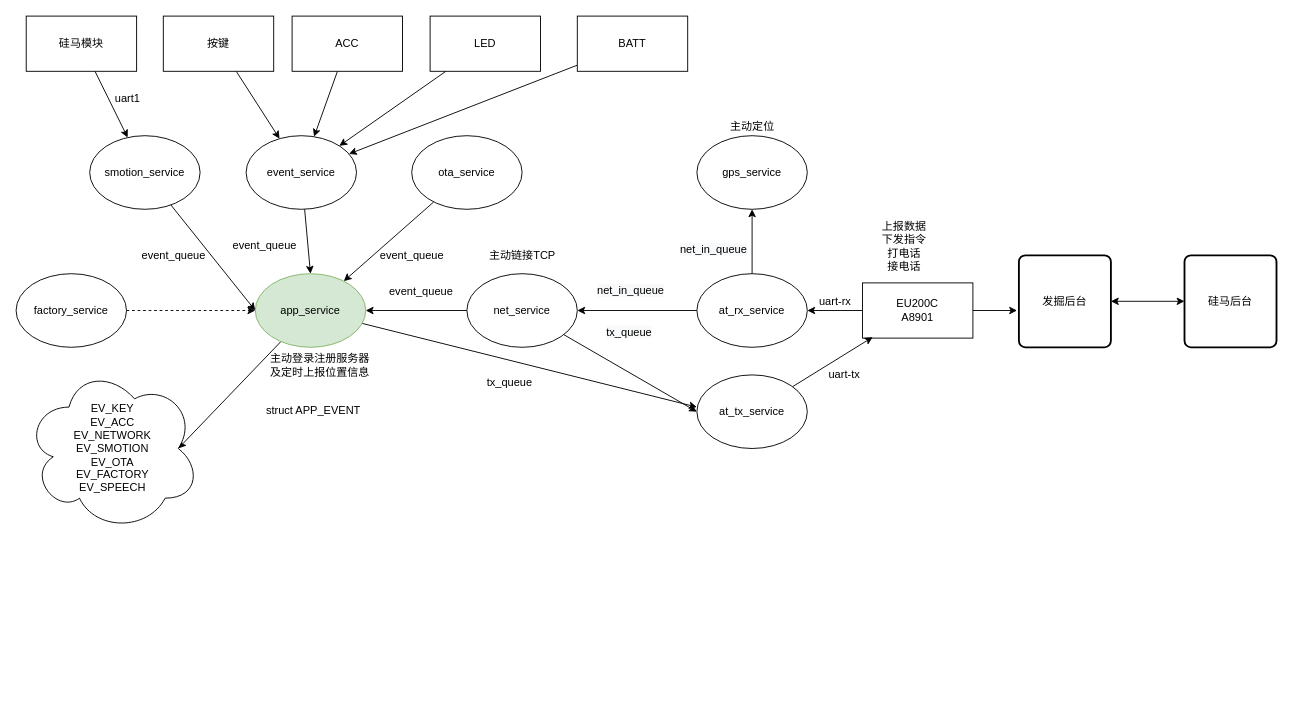
This is CP002.drawio from zhangmeizhen/test2, a draw.io file, before an edit. Source tidied: cells renumbered, new cells numbered last; positions are measured from the earlier drawing's top-left corner, leaving out a move shared by most shapes. Both pictures are drawn from the tidied source at 92%, with x=0, y=0 at pixel (16, 16).
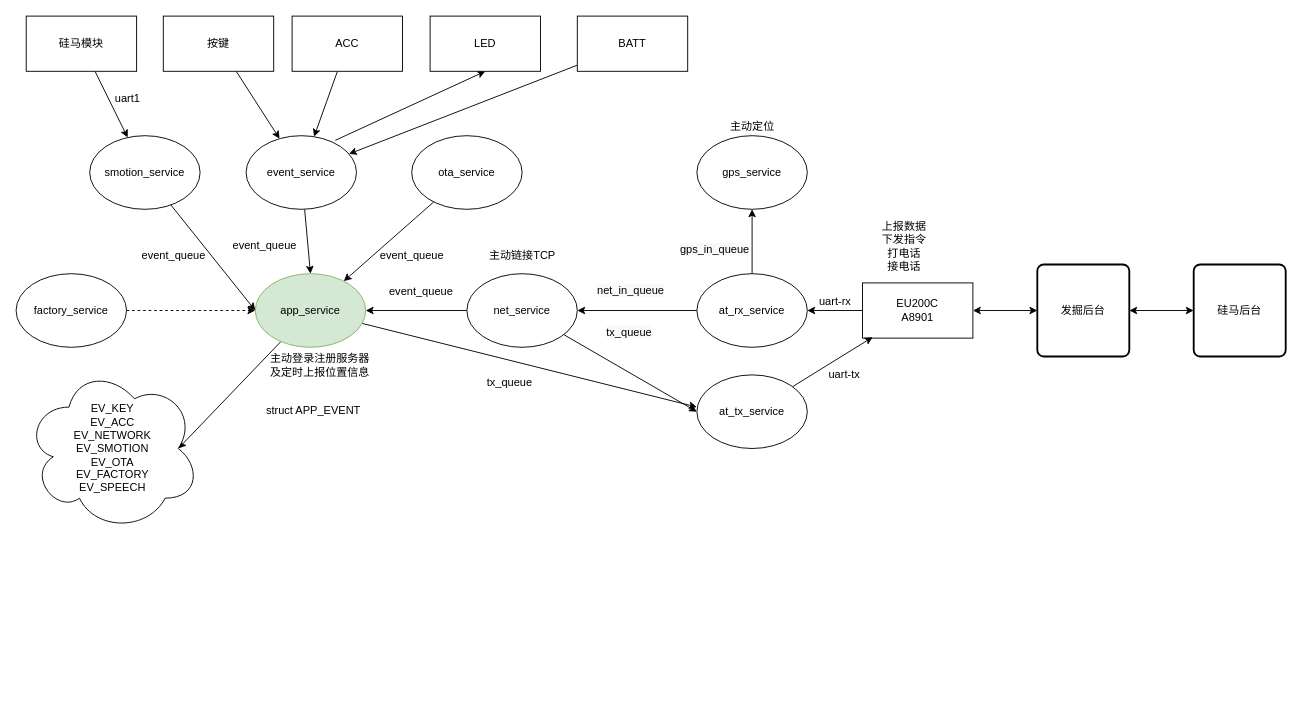
The same diagram, later.

The change refers to these unchanged cells:
```xml
<mxCell id="23" value="event_service" style="ellipse;whiteSpace=wrap;html=1;" parent="1" vertex="1">
  <mxGeometry x="250" y="130" width="120" height="80" as="geometry" />
</mxCell>
<mxCell id="31" value="EU200C&lt;br&gt;A8901" style="rounded=0;whiteSpace=wrap;html=1;" parent="1" vertex="1">
  <mxGeometry x="920" y="290" width="120" height="60" as="geometry" />
</mxCell>
<mxCell id="41" value="LED" style="rounded=0;whiteSpace=wrap;html=1;" parent="1" vertex="1">
  <mxGeometry x="450" width="120" height="60" as="geometry" />
</mxCell>
```

Change to the diagram source:
```diff
@@
+    <mxCell id="57" style="rounded=0;jettySize=auto;html=1;entryX=0.5;entryY=1;entryDx=0;entryDy=0;startArrow=none;startFill=0;exitX=0.808;exitY=0.063;exitDx=0;exitDy=0;exitPerimeter=0;" parent="1" edge="1" source="23" target="41">
+      <mxGeometry relative="1" as="geometry" />
+    </mxCell>
@@
-    <mxCell id="30" style="edgeStyle=none;rounded=0;jettySize=auto;html=1;entryX=-0.02;entryY=0.6;entryDx=0;entryDy=0;entryPerimeter=0;" parent="1" edge="1" source="31" target="35">
+    <mxCell id="30" style="edgeStyle=none;rounded=0;jettySize=auto;html=1;entryX=0;entryY=0.5;entryDx=0;entryDy=0;startArrow=classic;startFill=1;" parent="1" edge="1" source="31" target="35">
       <mxGeometry relative="1" as="geometry" />
     </mxCell>
@@
     <mxCell id="35" value="发掘后台" style="rounded=1;whiteSpace=wrap;html=1;absoluteArcSize=1;arcSize=14;strokeWidth=2;" parent="1" vertex="1">
-      <mxGeometry x="1090" y="260" width="100" height="100" as="geometry" />
+      <mxGeometry x="1110" y="270" width="100" height="100" as="geometry" />
     </mxCell>
     <mxCell id="36" value="硅马后台" style="rounded=1;whiteSpace=wrap;html=1;absoluteArcSize=1;arcSize=14;strokeWidth=2;" parent="1" vertex="1">
-      <mxGeometry x="1270" y="260" width="100" height="100" as="geometry" />
+      <mxGeometry x="1280" y="270" width="100" height="100" as="geometry" />
     </mxCell>
@@
-    <mxCell id="40" style="edgeStyle=none;rounded=0;jettySize=auto;html=1;" parent="1" edge="1" source="41" target="23">
-      <mxGeometry relative="1" as="geometry" />
-    </mxCell>
@@
-    <mxCell id="52" value="&lt;span style=&quot;color: rgb(0, 0, 0); font-family: helvetica; font-size: 12px; font-style: normal; font-weight: 400; letter-spacing: normal; text-align: left; text-indent: 0px; text-transform: none; word-spacing: 0px; background-color: rgb(248, 249, 250); display: inline; float: none;&quot;&gt;net_in_queue&lt;/span&gt;" style="text;whiteSpace=wrap;html=1;" parent="1" vertex="1">
+    <mxCell id="52" value="&lt;span style=&quot;color: rgb(0 , 0 , 0) ; font-family: &amp;#34;helvetica&amp;#34; ; font-size: 12px ; font-style: normal ; font-weight: 400 ; letter-spacing: normal ; text-align: left ; text-indent: 0px ; text-transform: none ; word-spacing: 0px ; background-color: rgb(248 , 249 , 250) ; display: inline ; float: none&quot;&gt;gps_in_queue&lt;/span&gt;" style="text;whiteSpace=wrap;html=1;" parent="1" vertex="1">
       <mxGeometry x="720" y="240" width="80" height="30" as="geometry" />
     </mxCell>
```
